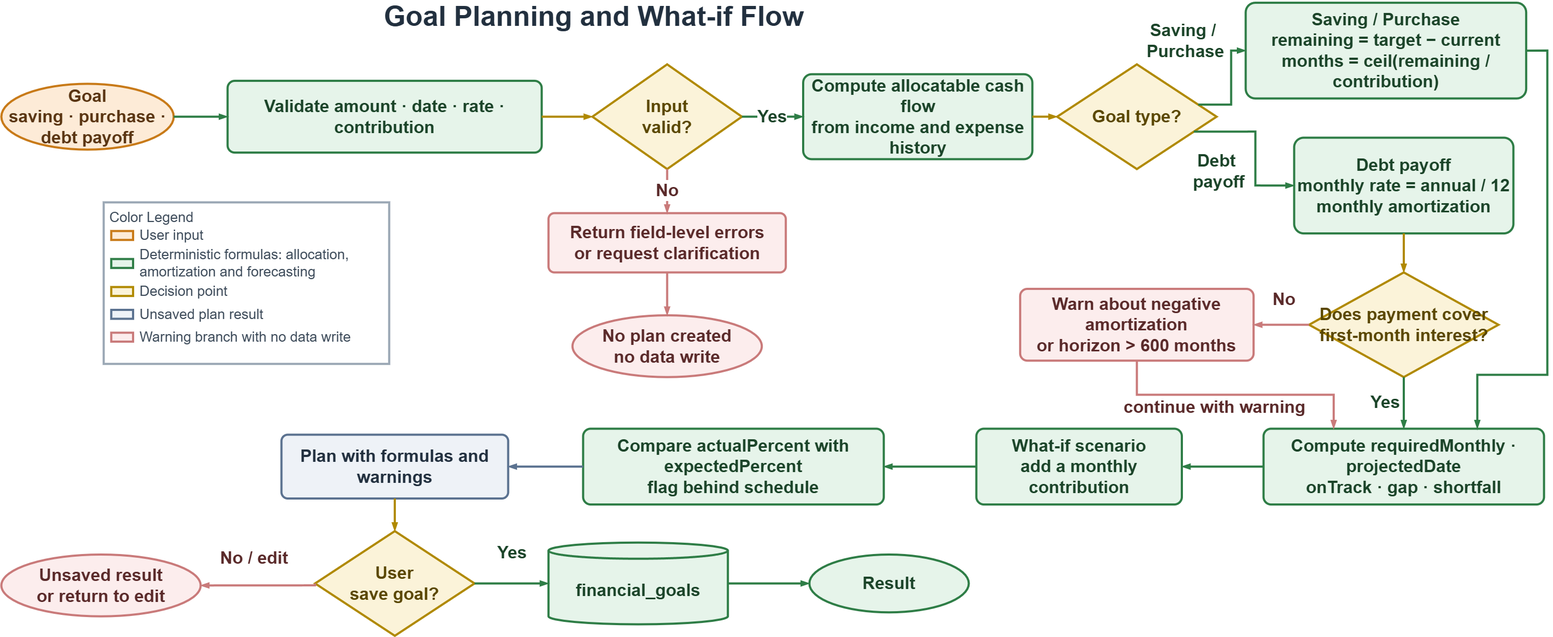
Before: latex/figures/drawio/12-goal-flow.png, a diagram exported from draw.io (ngthtrong/perfin-nienluan). Source tidied: cells renumbered, new cells last; positions are measured from the earlier drawing's top-left corner, leaving out a move shared by most shapes.
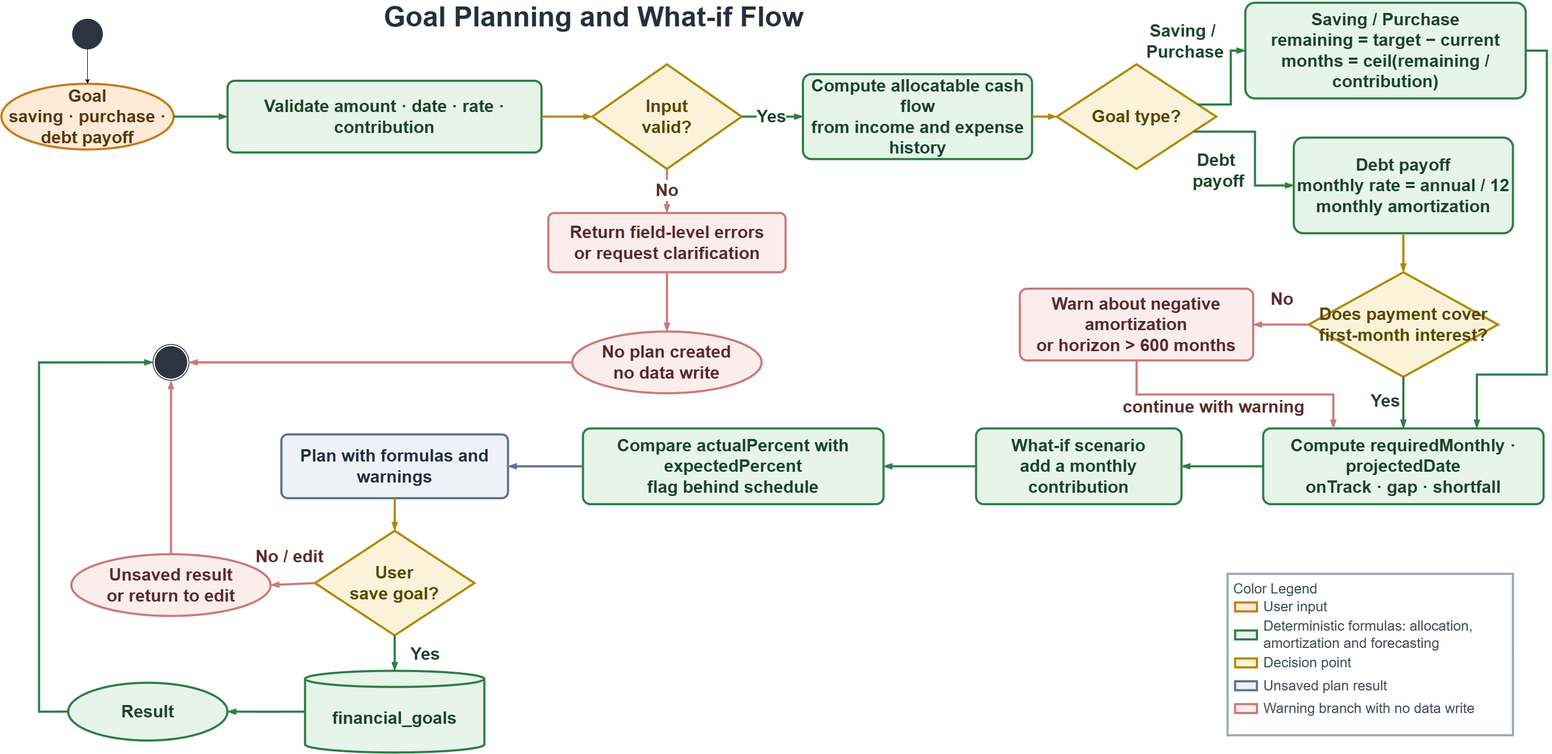
The same diagram one commit later.

What changed in the source:
```diff
@@ -18,7 +18,7 @@
       <mxGeometry x="1015.8" y="390" width="440.5" height="110" as="geometry" />
     </mxCell>
     <mxCell id="7" value="No plan created&#10;no data write" style="ellipse;whiteSpace=wrap;html=1;spacing=5;fillColor=#FCEDED;strokeColor=#C97A7A;fontColor=#5A2A2A;fontSize=32;strokeWidth=4;fontStyle=1;" parent="1" vertex="1">
-      <mxGeometry x="1060.2" y="579.5" width="351.5" height="114.7" as="geometry" />
+      <mxGeometry x="1060.2" y="610" width="351.5" height="114.7" as="geometry" />
     </mxCell>
     <mxCell id="8" value="Compute allocatable cash flow&#10;from income and expense history" style="rounded=1;arcSize=10;whiteSpace=wrap;html=1;spacing=6;align=center;verticalAlign=middle;fillColor=#E6F4EA;strokeColor=#2E7D46;fontColor=#1B4429;fontSize=32;strokeWidth=4;fontStyle=1;" parent="1" vertex="1">
       <mxGeometry x="1488.5" y="132.2" width="425.5" height="157.7" as="geometry" />
@@ -54,13 +54,13 @@
       <mxGeometry x="582.4" y="980" width="296" height="194.2" as="geometry" />
     </mxCell>
     <mxCell id="19" value="financial_goals" style="shape=cylinder3;boundedLbl=1;whiteSpace=wrap;html=1;fillColor=#E6F4EA;strokeColor=#2E7D46;fontColor=#1B4429;fontSize=32;strokeWidth=4;fontStyle=1;" parent="1" vertex="1">
-      <mxGeometry x="1015.8" y="1001.3" width="333" height="151.7" as="geometry" />
+      <mxGeometry x="563.9" y="1240" width="333" height="151.7" as="geometry" />
     </mxCell>
     <mxCell id="20" value="Result" style="ellipse;whiteSpace=wrap;html=1;spacing=5;fillColor=#E6F4EA;strokeColor=#2E7D46;fontColor=#1B4429;fontSize=32;strokeWidth=4;fontStyle=1;" parent="1" vertex="1">
-      <mxGeometry x="1500" y="1023.5" width="296" height="107.3" as="geometry" />
+      <mxGeometry x="124" y="1262.2" width="296" height="107.3" as="geometry" />
     </mxCell>
     <mxCell id="21" value="Unsaved result&#10;or return to edit" style="ellipse;whiteSpace=wrap;html=1;spacing=5;fillColor=#FCEDED;strokeColor=#C97A7A;fontColor=#5A2A2A;fontSize=32;strokeWidth=4;fontStyle=1;" parent="1" vertex="1">
-      <mxGeometry y="1023.5" width="370" height="114.7" as="geometry" />
+      <mxGeometry x="130" y="1023.5" width="370" height="114.7" as="geometry" />
     </mxCell>
     <mxCell id="22" style="edgeStyle=orthogonalEdgeStyle;rounded=0;curved=0;jettySize=auto;html=1;strokeColor=#2E7D46;fontColor=#1B4429;fontSize=32;labelBackgroundColor=#FFFFFF;strokeWidth=4;endArrow=blockThin;endFill=1;exitX=1;exitY=0.5;exitDx=0;exitDy=0;entryX=0;entryY=0.5;entryDx=0;entryDy=0;fontStyle=1;" parent="1" edge="1" source="3" target="4">
       <mxGeometry relative="1" as="geometry" />
@@ -132,10 +132,10 @@
         </Array>
       </mxGeometry>
     </mxCell>
-    <mxCell id="39" value="Yes" style="edgeStyle=orthogonalEdgeStyle;rounded=0;curved=0;jettySize=auto;html=1;strokeColor=#2E7D46;fontColor=#1B4429;fontSize=32;labelBackgroundColor=#FFFFFF;strokeWidth=4;endArrow=blockThin;endFill=1;exitX=1;exitY=0.5;exitDx=0;exitDy=0;entryX=0;entryY=0.5;entryDx=0;entryDy=0;fontStyle=1;" parent="1" edge="1" source="18" target="19">
+    <mxCell id="39" value="Yes" style="edgeStyle=orthogonalEdgeStyle;rounded=0;curved=0;jettySize=auto;html=1;strokeColor=#2E7D46;fontColor=#1B4429;fontSize=32;labelBackgroundColor=#FFFFFF;strokeWidth=4;endArrow=blockThin;endFill=1;exitX=0.5;exitY=1;exitDx=0;exitDy=0;entryX=0.5;entryY=0;entryDx=0;entryDy=0;fontStyle=1;entryPerimeter=0;" parent="1" edge="1" source="18" target="19">
       <mxGeometry x="0.04" y="57" relative="1" as="geometry" />
     </mxCell>
-    <mxCell id="40" style="edgeStyle=orthogonalEdgeStyle;rounded=0;curved=0;jettySize=auto;html=1;strokeColor=#2E7D46;fontColor=#1B4429;fontSize=32;labelBackgroundColor=#FFFFFF;strokeWidth=4;endArrow=blockThin;endFill=1;exitX=1;exitY=0.5;exitDx=0;exitDy=0;entryX=0;entryY=0.5;entryDx=0;entryDy=0;fontStyle=1;" parent="1" edge="1" source="19" target="20">
+    <mxCell id="40" style="edgeStyle=orthogonalEdgeStyle;rounded=0;curved=0;jettySize=auto;html=1;strokeColor=#2E7D46;fontColor=#1B4429;fontSize=32;labelBackgroundColor=#FFFFFF;strokeWidth=4;endArrow=blockThin;endFill=1;exitX=0;exitY=0.5;exitDx=0;exitDy=0;entryX=1;entryY=0.5;entryDx=0;entryDy=0;fontStyle=1;exitPerimeter=0;" parent="1" edge="1" source="19" target="20">
       <mxGeometry relative="1" as="geometry" />
     </mxCell>
     <mxCell id="41" value="No / edit" style="edgeStyle=orthogonalEdgeStyle;rounded=0;curved=0;jettySize=auto;html=1;strokeColor=#C97A7A;fontColor=#5A2A2A;fontSize=32;labelBackgroundColor=#FFFFFF;strokeWidth=4;endArrow=blockThin;endFill=1;entryX=1;entryY=0.5;entryDx=0;entryDy=0;fontStyle=1;exitX=0;exitY=0.5;exitDx=0;exitDy=0;" parent="1" edge="1" source="18" target="21">
@@ -146,7 +146,7 @@
       </mxGeometry>
     </mxCell>
     <mxCell id="42" style="group;strokeWidth=4;fontSize=26;fontStyle=0;" parent="1" vertex="1">
-      <mxGeometry x="190" y="370" width="530" height="299.8" as="geometry" />
+      <mxGeometry x="2277" y="1060" width="530" height="299.8" as="geometry" />
     </mxCell>
     <mxCell id="43" value="Color Legend" style="rounded=0;whiteSpace=wrap;html=1;align=left;verticalAlign=top;spacingTop=6;spacingLeft=9;fillColor=#FFFFFF;strokeColor=#9AA7B4;fontColor=#3D4B5A;fontSize=26;fontStyle=0;strokeWidth=4;dashed=0;" parent="42" vertex="1">
       <mxGeometry width="530" height="299.7" as="geometry" />
@@ -181,5 +181,28 @@
     <mxCell id="53" value="Warning branch with no data write" style="text;html=1;align=left;verticalAlign=middle;fontSize=26;fontColor=#3D4B5A;whiteSpace=wrap;fontStyle=0;strokeWidth=4;" parent="42" vertex="1">
       <mxGeometry x="65.5" y="236.1" width="442.7" height="28.2" as="geometry" />
     </mxCell>
+    <mxCell id="54" style="edgeStyle=none;html=1;" parent="1" edge="1" source="55" target="3">
+      <mxGeometry relative="1" as="geometry" />
+    </mxCell>
+    <mxCell id="55" style="ellipse;html=1;fillColor=#2C3440;strokeColor=#2C3440;strokeWidth=1.4;fontSize=28;" parent="1" vertex="1">
+      <mxGeometry x="132.2" y="30" width="55.5" height="55.5" as="geometry" />
+    </mxCell>
+    <mxCell id="56" style="ellipse;shape=endState;html=1;fillColor=#2C3440;strokeColor=#2C3440;strokeWidth=1.6;fontSize=28;" parent="1" vertex="1">
+      <mxGeometry x="281.7" y="634.1" width="66.6" height="66.6" as="geometry" />
+    </mxCell>
+    <mxCell id="57" style="edgeStyle=orthogonalEdgeStyle;rounded=0;curved=0;jettySize=auto;html=1;strokeColor=#C97A7A;fontColor=#5A2A2A;fontSize=32;labelBackgroundColor=#FFFFFF;strokeWidth=4;endArrow=blockThin;endFill=1;exitX=0;exitY=0.5;exitDx=0;exitDy=0;entryX=1;entryY=0.5;entryDx=0;entryDy=0;fontStyle=1;" parent="1" edge="1" source="7" target="56">
+      <mxGeometry relative="1" as="geometry" />
+    </mxCell>
+    <mxCell id="58" style="edgeStyle=orthogonalEdgeStyle;rounded=0;curved=0;jettySize=auto;html=1;strokeColor=#C97A7A;fontColor=#5A2A2A;fontSize=32;labelBackgroundColor=#FFFFFF;strokeWidth=4;endArrow=blockThin;endFill=1;entryX=0.5;entryY=1;entryDx=0;entryDy=0;fontStyle=1;" parent="1" edge="1" source="21" target="56">
+      <mxGeometry relative="1" as="geometry" />
+    </mxCell>
+    <mxCell id="59" style="edgeStyle=orthogonalEdgeStyle;rounded=0;curved=0;jettySize=auto;html=1;strokeColor=#2E7D46;fontColor=#1B4429;fontSize=32;labelBackgroundColor=#FFFFFF;strokeWidth=4;endArrow=blockThin;endFill=1;exitX=0;exitY=0.5;exitDx=0;exitDy=0;entryX=0;entryY=0.5;entryDx=0;entryDy=0;fontStyle=1;" parent="1" edge="1" source="20" target="56">
+      <mxGeometry relative="1" as="geometry">
+        <Array as="points">
+          <mxPoint x="70" y="1316" />
+          <mxPoint x="70" y="667" />
+        </Array>
+      </mxGeometry>
+    </mxCell>
   </root>
 </mxGraphModel>
```
